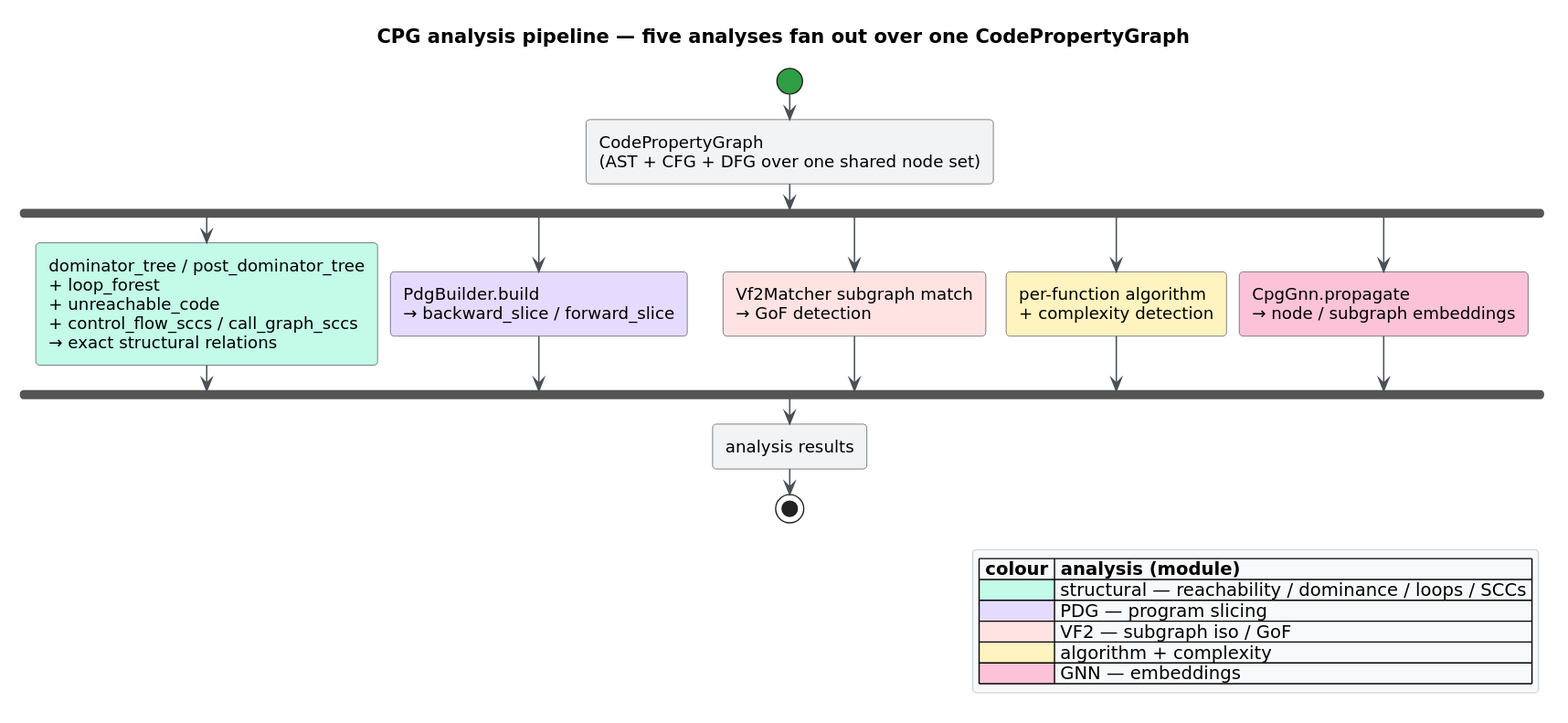
The PlantUML diagram docs/diagrams/analysis-pipeline.svg in vinary-tree/libcpg, before a commit. Its source is kept beside it as docs/diagrams/analysis-pipeline.puml.
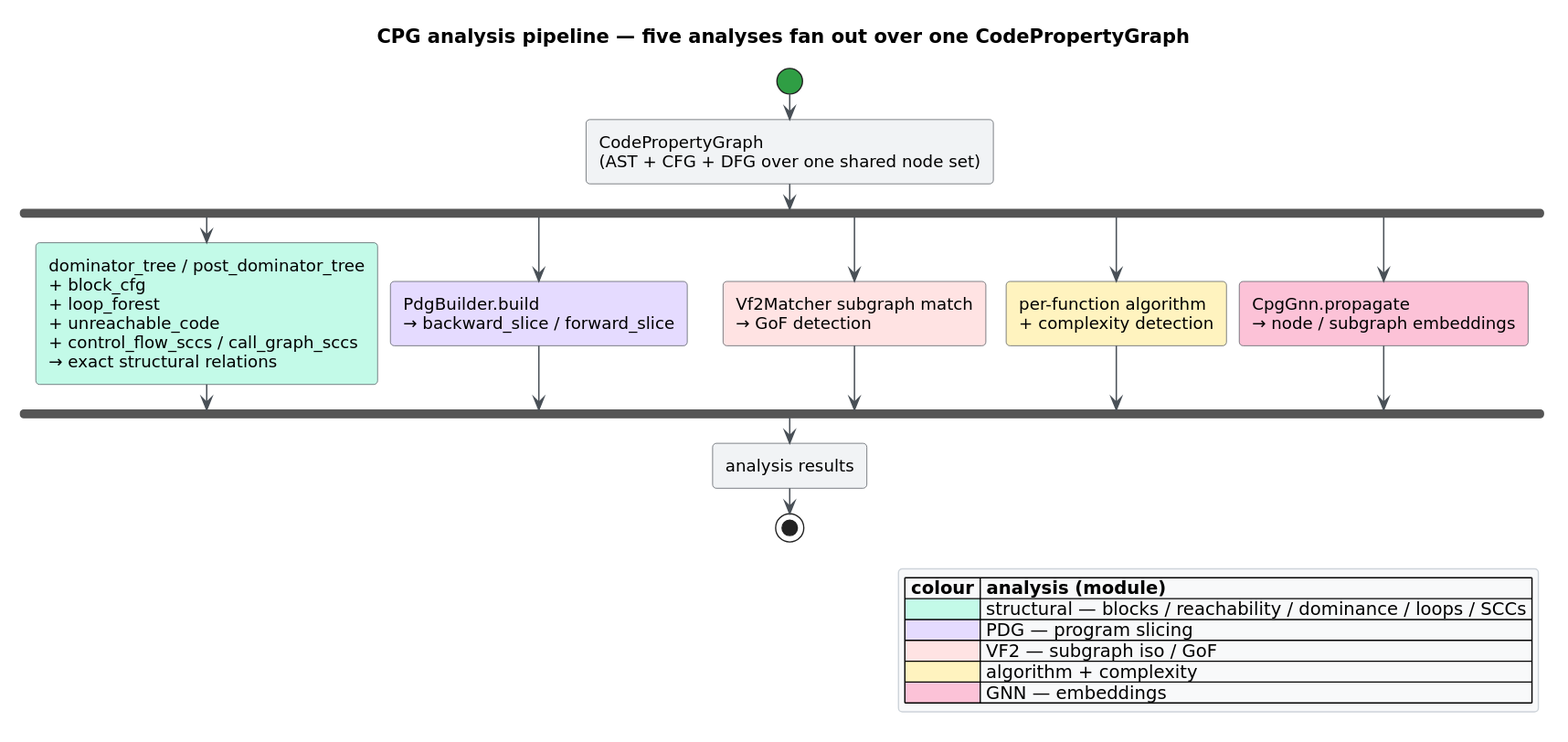
Later version of the same file.

Change to the diagram source:
```diff
@@ -6,6 +6,7 @@
 (AST + CFG + DFG over one shared node set);
 fork
   :dominator_tree / post_dominator_tree
+  + block_cfg
   + loop_forest
   + unreachable_code
   + control_flow_sccs / call_graph_sccs
@@ -27,7 +28,7 @@
 stop
 legend right
   |= colour |= analysis (module) |
-  |<#C3FAE8>| structural — reachability / dominance / loops / SCCs |
+  |<#C3FAE8>| structural — blocks / reachability / dominance / loops / SCCs |
   |<#E5DBFF>| PDG — program slicing |
   |<#FFE3E3>| VF2 — subgraph iso / GoF |
   |<#FFF3BF>| algorithm + complexity |
```
